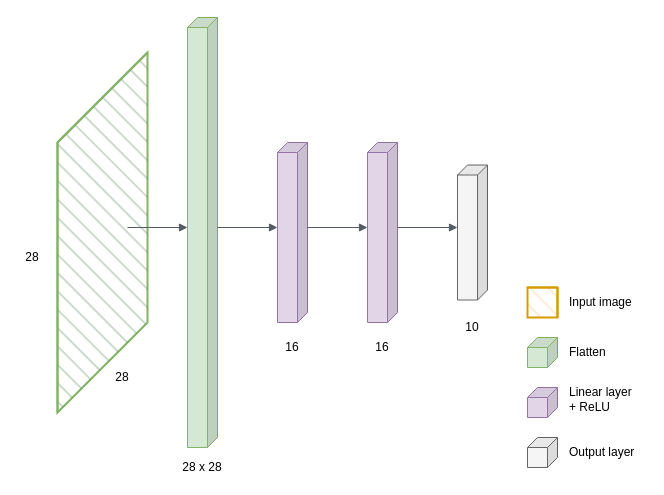
This is res/MLP.drawio from lmartinez2001/Resources, a draw.io file, before an edit. Source tidied: cells renumbered, new cells numbered last; positions are measured from the earlier drawing's top-left corner, leaving out a move shared by most shapes. Both pictures are drawn from the tidied source at 100%, with x=0, y=0 at pixel (17, 17).
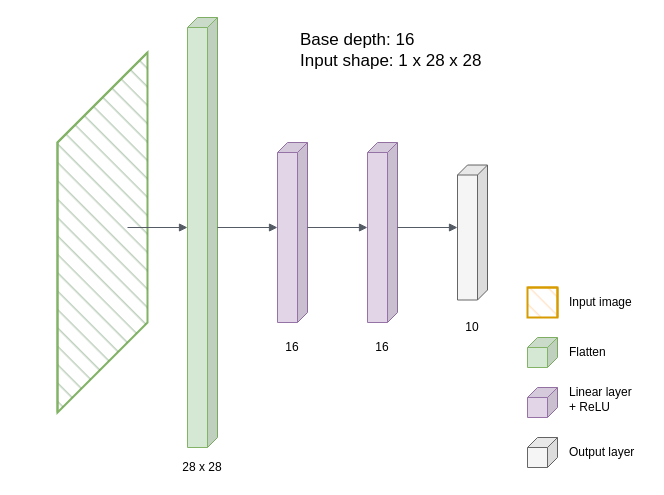
The same diagram, later.

Unchanged cells that the change refers to:
```xml
<mxCell id="2" style="group;" parent="1" vertex="1">
  <mxGeometry width="630" height="460" as="geometry" />
</mxCell>
```

Diff of the diagram source:
```diff
@@
-    <mxCell id="12" value="28" style="text;html=1;strokeColor=none;fillColor=none;align=center;verticalAlign=middle;whiteSpace=wrap;rounded=0;" parent="2" vertex="1">
-      <mxGeometry x="90" y="350" width="30" height="20" as="geometry" />
-    </mxCell>
-    <mxCell id="13" value="28" style="text;html=1;strokeColor=none;fillColor=none;align=center;verticalAlign=middle;whiteSpace=wrap;rounded=0;" parent="2" vertex="1">
-      <mxGeometry y="230" width="30" height="20" as="geometry" />
-    </mxCell>
@@
+    <mxCell id="26" value="&lt;font style=&quot;font-size: 17px;&quot;&gt;Base depth: 16&lt;br&gt;Input shape: 1 x 28 x 28&lt;/font&gt;" style="text;html=1;strokeColor=none;fillColor=none;align=left;verticalAlign=middle;whiteSpace=wrap;rounded=0;" parent="2" vertex="1">
+      <mxGeometry x="281" width="225" height="65" as="geometry" />
+    </mxCell>
```
